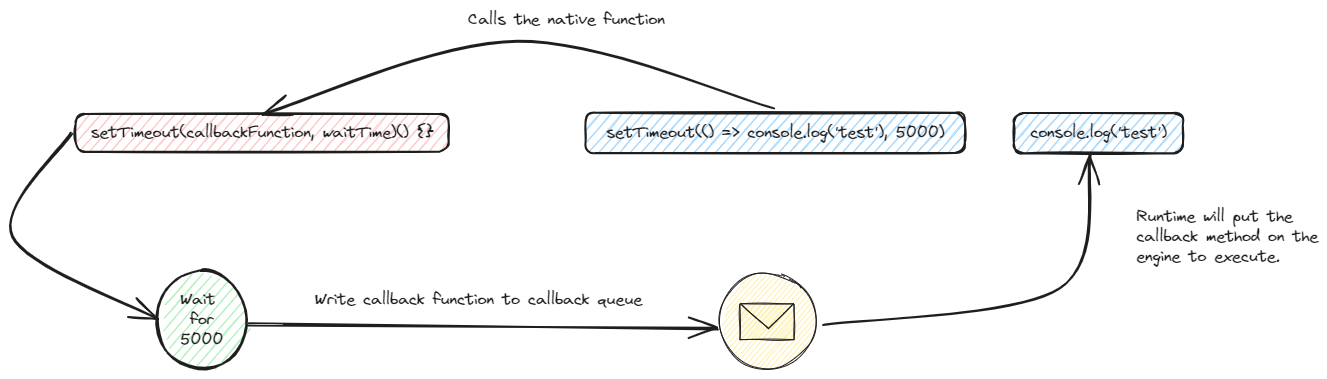
Above: static/img/js-callback-flow.excalidraw.png in swaroopar/inprogress-engineer (Excalidraw), before the change. Source tidied: one line per element, renumbered; positions are measured from the earlier drawing's top-left corner, leaving out a move shared by most shapes. The source it was exported from:
```json
{"id": 0, "type": "rectangle", "strokeColor": "#1e1e1e", "backgroundColor": "#ffc9c9", "fillStyle": "hachure", "strokeWidth": 2, "roughness": 1, "round": true, "x": 64, "y": 104, "width": 373, "height": 38}
{"id": 1, "type": "text", "text": "setTimeout(callbackFunction, waitTime)() {}", "strokeColor": "#1e1e1e", "strokeWidth": 2, "roughness": 1, "fontSize": 16, "fontFamily": 1, "textAlign": "center", "verticalAlign": "middle", "inside": 0, "x": 80, "y": 113, "width": 343, "height": 20}
{"id": 2, "type": "rectangle", "strokeColor": "#1e1e1e", "backgroundColor": "#a5d8ff", "fillStyle": "hachure", "strokeWidth": 2, "roughness": 1, "round": true, "x": 574, "y": 103, "width": 379, "height": 40}
{"id": 3, "type": "text", "text": "setTimeout(() => console.log('test'), 5000)", "strokeColor": "#1e1e1e", "strokeWidth": 2, "roughness": 1, "fontSize": 16, "fontFamily": 1, "textAlign": "center", "verticalAlign": "middle", "inside": 2, "x": 595, "y": 113, "width": 338, "height": 20}
{"id": 4, "type": "arrow", "strokeColor": "#1e1e1e", "strokeWidth": 2, "roughness": 1, "endArrowhead": "arrow", "round": true, "from": 2, "to": 0, "x": 763, "y": 97, "width": 511, "height": 72, "points": [[0, 0], [-257, -66], [-511, 6]]}
{"id": 5, "type": "text", "text": "Calls the native function", "strokeColor": "#1e1e1e", "strokeWidth": 2, "roughness": 1, "fontSize": 16, "fontFamily": 1, "x": 456, "y": 0, "width": 197, "height": 20}
{"id": 6, "type": "ellipse", "strokeColor": "#1e1e1e", "backgroundColor": "#b2f2bb", "fillStyle": "hachure", "strokeWidth": 2, "roughness": 1, "round": true, "x": 146, "y": 260, "width": 89, "height": 99}
{"id": 7, "type": "text", "text": "Wait \nfor\n5000", "strokeColor": "#1e1e1e", "strokeWidth": 2, "roughness": 1, "fontSize": 16, "fontFamily": 1, "textAlign": "center", "verticalAlign": "middle", "inside": 6, "x": 169, "y": 280, "width": 43, "height": 60}
{"id": 8, "type": "arrow", "strokeColor": "#1e1e1e", "strokeWidth": 2, "roughness": 1, "endArrowhead": "arrow", "round": true, "from": 0, "to": 6, "x": 61, "y": 124, "width": 145, "height": 184, "points": [[0, 0], [-61, 102], [84, 184]]}
{"id": 9, "type": "ellipse", "strokeColor": "#1e1e1e", "backgroundColor": "#ffec99", "fillStyle": "hachure", "strokeWidth": 1, "roughness": 1, "round": true, "x": 708, "y": 263, "width": 96, "height": 96}
{"id": 10, "type": "rectangle", "strokeColor": "#1e1e1e", "backgroundColor": "#ffec99", "fillStyle": "hachure", "strokeWidth": 1, "roughness": 1, "x": 729, "y": 294, "width": 54, "height": 36}
{"id": 11, "type": "line", "strokeColor": "#1e1e1e", "backgroundColor": "#ffec99", "fillStyle": "hachure", "strokeWidth": 1, "roughness": 1, "x": 730, "y": 294, "width": 27, "height": 24, "points": [[0, 0], [27, 24]]}
{"id": 12, "type": "line", "strokeColor": "#1e1e1e", "backgroundColor": "#ffec99", "fillStyle": "hachure", "strokeWidth": 1, "roughness": 1, "x": 757, "y": 319, "width": 25, "height": 25, "points": [[0, 0], [25, -25]]}
{"id": 13, "type": "arrow", "strokeColor": "#1e1e1e", "backgroundColor": "#ffec99", "fillStyle": "hachure", "strokeWidth": 2, "roughness": 1, "endArrowhead": "arrow", "round": true, "from": 6, "to": 9, "x": 237, "y": 314, "width": 469, "height": 4, "points": [[0, 0], [469, 4]]}
{"id": 14, "type": "text", "text": "Write callback function to callback queue", "strokeColor": "#1e1e1e", "backgroundColor": "#ffec99", "fillStyle": "hachure", "strokeWidth": 2, "roughness": 1, "fontSize": 16, "fontFamily": 1, "x": 303, "y": 280, "width": 327, "height": 20}
{"id": 15, "type": "arrow", "strokeColor": "#1e1e1e", "backgroundColor": "#ffec99", "fillStyle": "hachure", "strokeWidth": 2, "roughness": 1, "endArrowhead": "arrow", "round": true, "from": 9, "to": 17, "x": 813, "y": 314, "width": 267, "height": 170, "points": [[0, 0], [236, -35], [267, -170]]}
{"id": 16, "type": "text", "text": "Runtime will put the \ncallback method on the\nengine to execute.", "strokeColor": "#1e1e1e", "backgroundColor": "#ffec99", "fillStyle": "hachure", "strokeWidth": 2, "roughness": 1, "fontSize": 16, "fontFamily": 1, "x": 1125, "y": 197, "width": 182, "height": 60}
{"id": 17, "type": "rectangle", "strokeColor": "#1e1e1e", "backgroundColor": "#a5d8ff", "fillStyle": "hachure", "strokeWidth": 2, "roughness": 1, "round": true, "x": 1002, "y": 103, "width": 169, "height": 40}
{"id": 18, "type": "text", "text": "console.log('test')", "strokeColor": "#1e1e1e", "strokeWidth": 2, "roughness": 1, "fontSize": 16, "fontFamily": 1, "textAlign": "center", "verticalAlign": "middle", "inside": 17, "x": 1019, "y": 113, "width": 136, "height": 20}
```
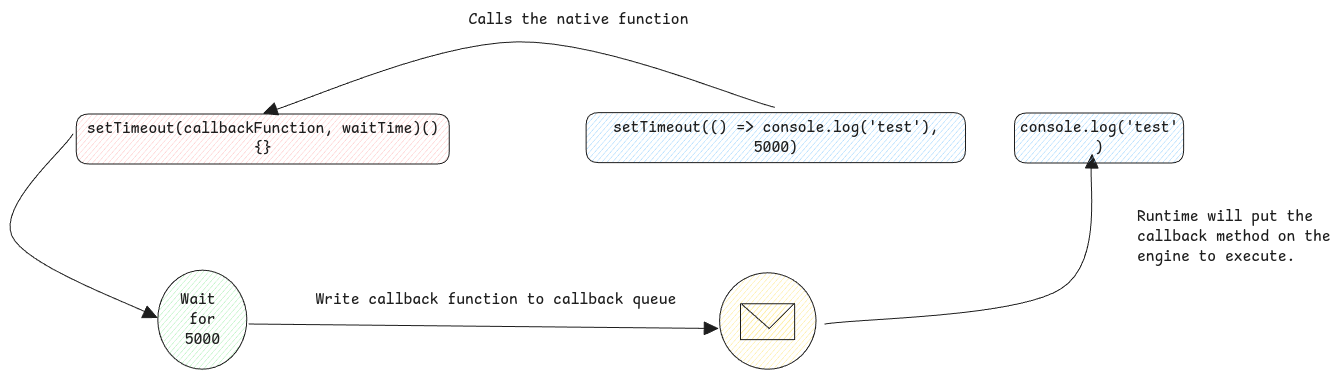
After the change.

What changed in the source:
```diff
@@ -1,19 +1,19 @@
-{"id": 0, "type": "rectangle", "strokeColor": "#1e1e1e", "backgroundColor": "#ffc9c9", "fillStyle": "hachure", "strokeWidth": 2, "roughness": 1, "round": true, "x": 64, "y": 104, "width": 373, "height": 38}
+{"id": 0, "type": "rectangle", "strokeColor": "#1e1e1e", "backgroundColor": "#ffc9c9", "fillStyle": "hachure", "strokeWidth": 1, "roughness": 0, "round": true, "x": 64, "y": 104, "width": 373, "height": 50}
-{"id": 1, "type": "text", "text": "setTimeout(callbackFunction, waitTime)() {}", "strokeColor": "#1e1e1e", "strokeWidth": 2, "roughness": 1, "fontSize": 16, "fontFamily": 1, "textAlign": "center", "verticalAlign": "middle", "inside": 0, "x": 80, "y": 113, "width": 343, "height": 20}
+{"id": 1, "type": "text", "text": "setTimeout(callbackFunction, waitTime)()\n{}", "strokeColor": "#1e1e1e", "strokeWidth": 2, "roughness": 1, "fontSize": 16, "fontFamily": 8, "textAlign": "center", "verticalAlign": "middle", "inside": 0, "x": 75, "y": 109, "width": 352, "height": 40}
-{"id": 2, "type": "rectangle", "strokeColor": "#1e1e1e", "backgroundColor": "#a5d8ff", "fillStyle": "hachure", "strokeWidth": 2, "roughness": 1, "round": true, "x": 574, "y": 103, "width": 379, "height": 40}
+{"id": 2, "type": "rectangle", "strokeColor": "#1e1e1e", "backgroundColor": "#a5d8ff", "fillStyle": "hachure", "strokeWidth": 1, "roughness": 0, "round": true, "x": 574, "y": 103, "width": 379, "height": 50}
-{"id": 3, "type": "text", "text": "setTimeout(() => console.log('test'), 5000)", "strokeColor": "#1e1e1e", "strokeWidth": 2, "roughness": 1, "fontSize": 16, "fontFamily": 1, "textAlign": "center", "verticalAlign": "middle", "inside": 2, "x": 595, "y": 113, "width": 338, "height": 20}
+{"id": 3, "type": "text", "text": "setTimeout(() => console.log('test'),\n5000)", "strokeColor": "#1e1e1e", "strokeWidth": 2, "roughness": 1, "fontSize": 16, "fontFamily": 8, "textAlign": "center", "verticalAlign": "middle", "inside": 2, "x": 601, "y": 108, "width": 326, "height": 40}
-{"id": 4, "type": "arrow", "strokeColor": "#1e1e1e", "strokeWidth": 2, "roughness": 1, "endArrowhead": "arrow", "round": true, "from": 2, "to": 0, "x": 763, "y": 97, "width": 511, "height": 72, "points": [[0, 0], [-257, -66], [-511, 6]]}
+{"id": 4, "type": "arrow", "strokeColor": "#1e1e1e", "strokeWidth": 1, "roughness": 0, "endArrowhead": "triangle", "round": true, "from": 2, "to": 0, "x": 763, "y": 97, "width": 511, "height": 72, "points": [[0, 0], [-257, -66], [-511, 6]]}
-{"id": 5, "type": "text", "text": "Calls the native function", "strokeColor": "#1e1e1e", "strokeWidth": 2, "roughness": 1, "fontSize": 16, "fontFamily": 1, "x": 456, "y": 0, "width": 197, "height": 20}
+{"id": 5, "type": "text", "text": "Calls the native function", "strokeColor": "#1e1e1e", "strokeWidth": 1, "roughness": 0, "fontSize": 16, "fontFamily": 8, "x": 456, "y": 0, "width": 220, "height": 20}
-{"id": 6, "type": "ellipse", "strokeColor": "#1e1e1e", "backgroundColor": "#b2f2bb", "fillStyle": "hachure", "strokeWidth": 2, "roughness": 1, "round": true, "x": 146, "y": 260, "width": 89, "height": 99}
+{"id": 6, "type": "ellipse", "strokeColor": "#1e1e1e", "backgroundColor": "#b2f2bb", "fillStyle": "hachure", "strokeWidth": 1, "roughness": 0, "round": true, "x": 146, "y": 260, "width": 89, "height": 99}
-{"id": 7, "type": "text", "text": "Wait \nfor\n5000", "strokeColor": "#1e1e1e", "strokeWidth": 2, "roughness": 1, "fontSize": 16, "fontFamily": 1, "textAlign": "center", "verticalAlign": "middle", "inside": 6, "x": 169, "y": 280, "width": 43, "height": 60}
+{"id": 7, "type": "text", "text": "Wait \nfor\n5000", "strokeColor": "#1e1e1e", "strokeWidth": 2, "roughness": 1, "fontSize": 16, "fontFamily": 8, "textAlign": "center", "verticalAlign": "middle", "inside": 6, "x": 168, "y": 280, "width": 44, "height": 60}
-{"id": 8, "type": "arrow", "strokeColor": "#1e1e1e", "strokeWidth": 2, "roughness": 1, "endArrowhead": "arrow", "round": true, "from": 0, "to": 6, "x": 61, "y": 124, "width": 145, "height": 184, "points": [[0, 0], [-61, 102], [84, 184]]}
+{"id": 8, "type": "arrow", "strokeColor": "#1e1e1e", "strokeWidth": 1, "roughness": 0, "endArrowhead": "triangle", "round": true, "from": 0, "to": 6, "x": 61, "y": 124, "width": 145, "height": 184, "points": [[0, 0], [-61, 102], [84, 184]]}
-{"id": 9, "type": "ellipse", "strokeColor": "#1e1e1e", "backgroundColor": "#ffec99", "fillStyle": "hachure", "strokeWidth": 1, "roughness": 1, "round": true, "x": 708, "y": 263, "width": 96, "height": 96}
+{"id": 9, "type": "ellipse", "strokeColor": "#1e1e1e", "backgroundColor": "#ffec99", "fillStyle": "hachure", "strokeWidth": 1, "roughness": 0, "round": true, "x": 708, "y": 263, "width": 96, "height": 96}
-{"id": 10, "type": "rectangle", "strokeColor": "#1e1e1e", "backgroundColor": "#ffec99", "fillStyle": "hachure", "strokeWidth": 1, "roughness": 1, "x": 729, "y": 294, "width": 54, "height": 36}
+{"id": 10, "type": "rectangle", "strokeColor": "#1e1e1e", "backgroundColor": "#ffec99", "fillStyle": "hachure", "strokeWidth": 1, "roughness": 0, "x": 729, "y": 294, "width": 54, "height": 36}
-{"id": 11, "type": "line", "strokeColor": "#1e1e1e", "backgroundColor": "#ffec99", "fillStyle": "hachure", "strokeWidth": 1, "roughness": 1, "x": 730, "y": 294, "width": 27, "height": 24, "points": [[0, 0], [27, 24]]}
+{"id": 11, "type": "line", "strokeColor": "#1e1e1e", "backgroundColor": "#ffec99", "fillStyle": "hachure", "strokeWidth": 1, "roughness": 0, "endArrowhead": "triangle", "x": 730, "y": 294, "width": 27, "height": 24, "points": [[0, 0], [27, 24]]}
-{"id": 12, "type": "line", "strokeColor": "#1e1e1e", "backgroundColor": "#ffec99", "fillStyle": "hachure", "strokeWidth": 1, "roughness": 1, "x": 757, "y": 319, "width": 25, "height": 25, "points": [[0, 0], [25, -25]]}
+{"id": 12, "type": "line", "strokeColor": "#1e1e1e", "backgroundColor": "#ffec99", "fillStyle": "hachure", "strokeWidth": 1, "roughness": 0, "endArrowhead": "triangle", "x": 757, "y": 319, "width": 25, "height": 25, "points": [[0, 0], [25, -25]]}
-{"id": 13, "type": "arrow", "strokeColor": "#1e1e1e", "backgroundColor": "#ffec99", "fillStyle": "hachure", "strokeWidth": 2, "roughness": 1, "endArrowhead": "arrow", "round": true, "from": 6, "to": 9, "x": 237, "y": 314, "width": 469, "height": 4, "points": [[0, 0], [469, 4]]}
+{"id": 13, "type": "arrow", "strokeColor": "#1e1e1e", "backgroundColor": "#ffec99", "fillStyle": "hachure", "strokeWidth": 1, "roughness": 0, "endArrowhead": "triangle", "round": true, "from": 6, "to": 9, "x": 237, "y": 314, "width": 469, "height": 4, "points": [[0, 0], [469, 4]]}
-{"id": 14, "type": "text", "text": "Write callback function to callback queue", "strokeColor": "#1e1e1e", "backgroundColor": "#ffec99", "fillStyle": "hachure", "strokeWidth": 2, "roughness": 1, "fontSize": 16, "fontFamily": 1, "x": 303, "y": 280, "width": 327, "height": 20}
+{"id": 14, "type": "text", "text": "Write callback function to callback queue", "strokeColor": "#1e1e1e", "backgroundColor": "#ffec99", "fillStyle": "hachure", "strokeWidth": 1, "roughness": 0, "fontSize": 16, "fontFamily": 8, "x": 303, "y": 280, "width": 361, "height": 20}
-{"id": 15, "type": "arrow", "strokeColor": "#1e1e1e", "backgroundColor": "#ffec99", "fillStyle": "hachure", "strokeWidth": 2, "roughness": 1, "endArrowhead": "arrow", "round": true, "from": 9, "to": 17, "x": 813, "y": 314, "width": 267, "height": 170, "points": [[0, 0], [236, -35], [267, -170]]}
+{"id": 15, "type": "arrow", "strokeColor": "#1e1e1e", "backgroundColor": "#ffec99", "fillStyle": "hachure", "strokeWidth": 1, "roughness": 0, "endArrowhead": "triangle", "round": true, "from": 9, "to": 17, "x": 813, "y": 314, "width": 267, "height": 170, "points": [[0, 0], [236, -35], [267, -170]]}
-{"id": 16, "type": "text", "text": "Runtime will put the \ncallback method on the\nengine to execute.", "strokeColor": "#1e1e1e", "backgroundColor": "#ffec99", "fillStyle": "hachure", "strokeWidth": 2, "roughness": 1, "fontSize": 16, "fontFamily": 1, "x": 1125, "y": 197, "width": 182, "height": 60}
+{"id": 16, "type": "text", "text": "Runtime will put the \ncallback method on the\nengine to execute.", "strokeColor": "#1e1e1e", "backgroundColor": "#ffec99", "fillStyle": "hachure", "strokeWidth": 1, "roughness": 0, "fontSize": 16, "fontFamily": 8, "x": 1125, "y": 197, "width": 194, "height": 60}
-{"id": 17, "type": "rectangle", "strokeColor": "#1e1e1e", "backgroundColor": "#a5d8ff", "fillStyle": "hachure", "strokeWidth": 2, "roughness": 1, "round": true, "x": 1002, "y": 103, "width": 169, "height": 40}
+{"id": 17, "type": "rectangle", "strokeColor": "#1e1e1e", "backgroundColor": "#a5d8ff", "fillStyle": "hachure", "strokeWidth": 1, "roughness": 0, "round": true, "x": 1002, "y": 103, "width": 169, "height": 50}
-{"id": 18, "type": "text", "text": "console.log('test')", "strokeColor": "#1e1e1e", "strokeWidth": 2, "roughness": 1, "fontSize": 16, "fontFamily": 1, "textAlign": "center", "verticalAlign": "middle", "inside": 17, "x": 1019, "y": 113, "width": 136, "height": 20}
+{"id": 18, "type": "text", "text": "console.log('test'\n)", "strokeColor": "#1e1e1e", "strokeWidth": 2, "roughness": 1, "fontSize": 16, "fontFamily": 8, "textAlign": "center", "verticalAlign": "middle", "inside": 17, "x": 1008, "y": 108, "width": 158, "height": 40}
```
